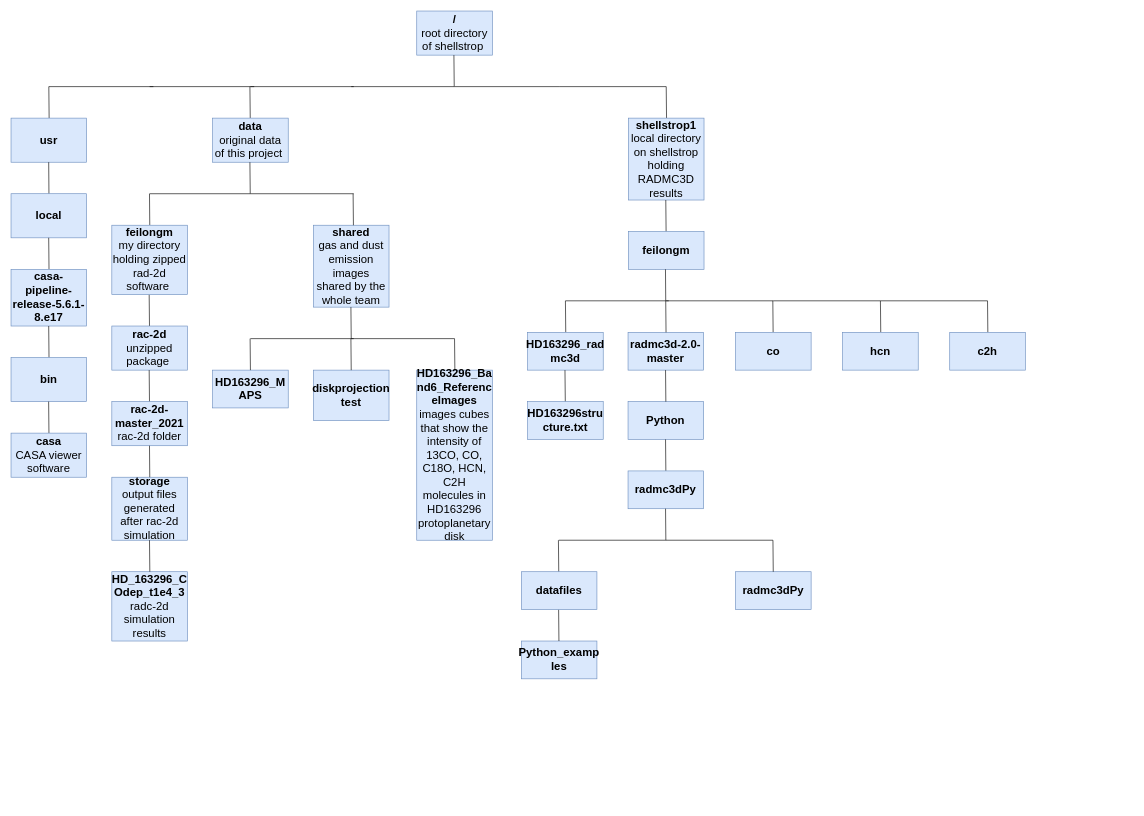
This is notebooks/Untitled Diagram.drawio from feilongm/Notebooks, a draw.io file, before an edit. Source tidied: cells renumbered, new cells numbered last; positions are measured from the earlier drawing's top-left corner, leaving out a move shared by most shapes. Both pictures are drawn from the tidied source at 63%, with x=0, y=0 at pixel (11, 11).
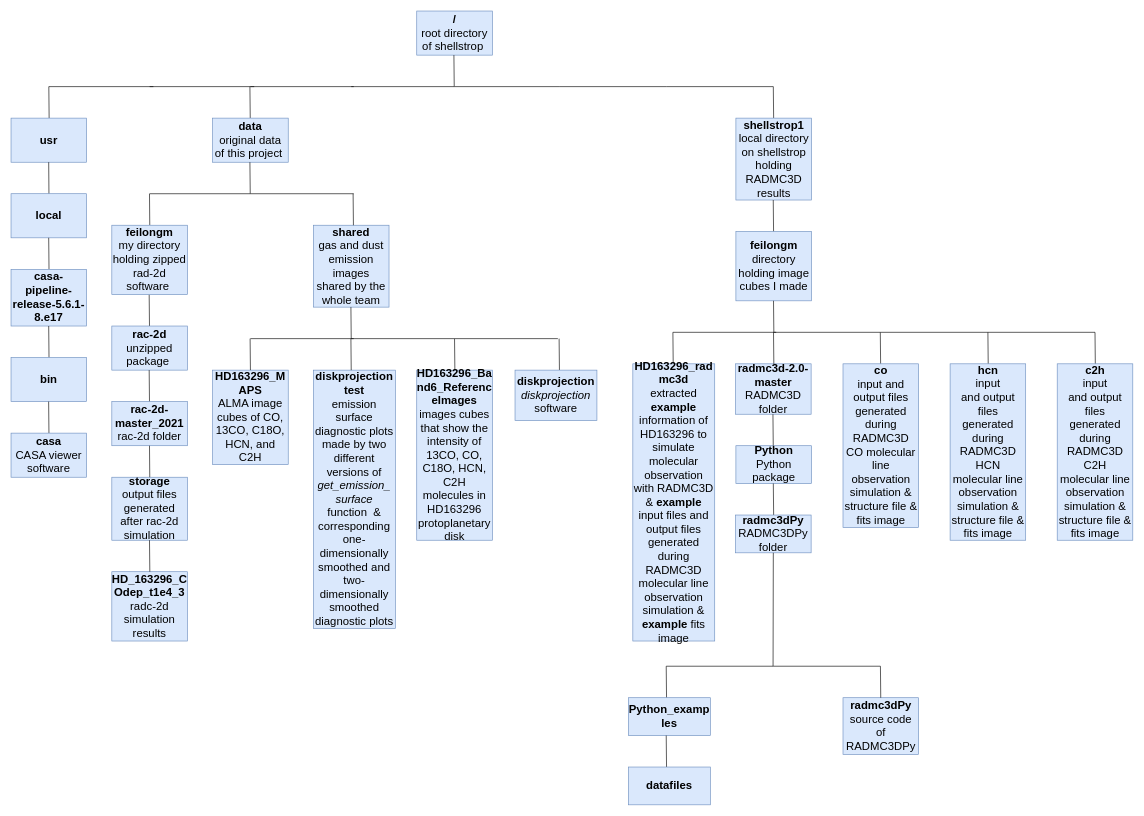
The same page after the edit.

Diff of the diagram source:
```diff
@@
     <mxCell id="10" style="endArrow=none;html=1;" parent="1" edge="1">
       <mxGeometry relative="1" as="geometry">
-        <mxPoint x="1040.5" y="170" as="sourcePoint" />
-        <mxPoint x="1040" y="120" as="targetPoint" />
+        <mxPoint x="1210.5" y="170" as="sourcePoint" />
+        <mxPoint x="1210" y="120" as="targetPoint" />
       </mxGeometry>
     </mxCell>
     <mxCell id="11" value="&lt;font style=&quot;font-size: 18px&quot;&gt;&lt;b&gt;shellstrop1&lt;/b&gt;&lt;br&gt;local directory on shellstrop holding RADMC3D results&lt;br&gt;&lt;/font&gt;" style="rounded=0;whiteSpace=wrap;html=1;fillColor=#dae8fc;strokeColor=#6c8ebf;" parent="1" vertex="1">
-      <mxGeometry x="980" y="170" width="120" height="130" as="geometry" />
+      <mxGeometry x="1150.6" y="170" width="120" height="130" as="geometry" />
     </mxCell>
@@
     <mxCell id="17" style="endArrow=none;html=1;" parent="1" edge="1">
       <mxGeometry relative="1" as="geometry">
-        <mxPoint x="1039.8" y="350" as="sourcePoint" />
-        <mxPoint x="1039.3" y="300" as="targetPoint" />
+        <mxPoint x="1210.4" y="350" as="sourcePoint" />
+        <mxPoint x="1209.9" y="300" as="targetPoint" />
       </mxGeometry>
     </mxCell>
-    <mxCell id="18" value="&lt;font style=&quot;font-size: 18px&quot;&gt;&lt;b&gt;feilongm&lt;/b&gt;&lt;/font&gt;" style="rounded=0;whiteSpace=wrap;html=1;fillColor=#dae8fc;strokeColor=#6c8ebf;" parent="1" vertex="1">
-      <mxGeometry x="980" y="350" width="120" height="60" as="geometry" />
+    <mxCell id="18" value="&lt;font style=&quot;font-size: 18px&quot;&gt;&lt;b&gt;feilongm&lt;/b&gt;&lt;br&gt;directory holding image cubes I made&lt;br&gt;&lt;/font&gt;" style="rounded=0;whiteSpace=wrap;html=1;fillColor=#dae8fc;strokeColor=#6c8ebf;" parent="1" vertex="1">
+      <mxGeometry x="1150.6" y="350" width="120" height="110" as="geometry" />
     </mxCell>
-    <mxCell id="19" value="&lt;font style=&quot;font-size: 18px&quot;&gt;&lt;b&gt;radmc3d-2.0-master&lt;/b&gt;&lt;/font&gt;" style="rounded=0;whiteSpace=wrap;html=1;fillColor=#dae8fc;strokeColor=#6c8ebf;" parent="1" vertex="1">
-      <mxGeometry x="979.4" y="510" width="120" height="60" as="geometry" />
+    <mxCell id="19" value="&lt;font style=&quot;font-size: 18px&quot;&gt;&lt;b&gt;radmc3d-2.0-master&lt;/b&gt;&lt;br&gt;RADMC3D folder&lt;br&gt;&lt;/font&gt;" style="rounded=0;whiteSpace=wrap;html=1;fillColor=#dae8fc;strokeColor=#6c8ebf;" parent="1" vertex="1">
+      <mxGeometry x="1150" y="560" width="120" height="80" as="geometry" />
     </mxCell>
-    <mxCell id="20" value="&lt;font style=&quot;font-size: 18px&quot;&gt;&lt;b&gt;Python&lt;/b&gt;&lt;/font&gt;" style="rounded=0;whiteSpace=wrap;html=1;fillColor=#dae8fc;strokeColor=#6c8ebf;" parent="1" vertex="1">
-      <mxGeometry x="979.4" y="620" width="120" height="60" as="geometry" />
+    <mxCell id="20" value="&lt;font style=&quot;font-size: 18px&quot;&gt;&lt;b&gt;Python&lt;/b&gt;&lt;br&gt;Python package&lt;br&gt;&lt;/font&gt;" style="rounded=0;whiteSpace=wrap;html=1;fillColor=#dae8fc;strokeColor=#6c8ebf;" parent="1" vertex="1">
+      <mxGeometry x="1150.6" y="690" width="120" height="60" as="geometry" />
     </mxCell>
     <mxCell id="21" style="endArrow=none;html=1;" parent="1" edge="1">
       <mxGeometry relative="1" as="geometry">
-        <mxPoint x="1039.4" y="730" as="sourcePoint" />
-        <mxPoint x="1038.9" y="680" as="targetPoint" />
+        <mxPoint x="1210.5" y="800" as="sourcePoint" />
+        <mxPoint x="1210" y="750" as="targetPoint" />
       </mxGeometry>
     </mxCell>
-    <mxCell id="22" value="&lt;font style=&quot;font-size: 18px&quot;&gt;&lt;b&gt;radmc3dPy&lt;/b&gt;&lt;/font&gt;" style="rounded=0;whiteSpace=wrap;html=1;fillColor=#dae8fc;strokeColor=#6c8ebf;" parent="1" vertex="1">
-      <mxGeometry x="979.4" y="730" width="120" height="60" as="geometry" />
+    <mxCell id="22" value="&lt;font style=&quot;font-size: 18px&quot;&gt;&lt;b&gt;radmc3dPy&lt;/b&gt;&lt;br&gt;RADMC3DPy folder&lt;br&gt;&lt;/font&gt;" style="rounded=0;whiteSpace=wrap;html=1;fillColor=#dae8fc;strokeColor=#6c8ebf;" parent="1" vertex="1">
+      <mxGeometry x="1150" y="800" width="120" height="60" as="geometry" />
     </mxCell>
     <mxCell id="23" style="endArrow=none;html=1;" parent="1" edge="1">
       <mxGeometry relative="1" as="geometry">
-        <mxPoint x="1039.4" y="840" as="sourcePoint" />
-        <mxPoint x="1038.9" y="790" as="targetPoint" />
+        <mxPoint x="1209.6" y="1040" as="sourcePoint" />
+        <mxPoint x="1210" y="860" as="targetPoint" />
       </mxGeometry>
     </mxCell>
-    <mxCell id="24" value="&lt;font style=&quot;font-size: 18px&quot;&gt;&lt;b&gt;radmc3dPy&lt;/b&gt;&lt;/font&gt;" style="rounded=0;whiteSpace=wrap;html=1;fillColor=#dae8fc;strokeColor=#6c8ebf;" parent="1" vertex="1">
-      <mxGeometry x="1150" y="890" width="120" height="60" as="geometry" />
+    <mxCell id="24" value="&lt;font style=&quot;font-size: 18px&quot;&gt;&lt;b&gt;radmc3dPy&lt;/b&gt;&lt;br&gt;source code of RADMC3DPy&lt;br&gt;&lt;/font&gt;" style="rounded=0;whiteSpace=wrap;html=1;fillColor=#dae8fc;strokeColor=#6c8ebf;" parent="1" vertex="1">
+      <mxGeometry x="1320.6" y="1090" width="120" height="90" as="geometry" />
     </mxCell>
     <mxCell id="25" style="endArrow=none;html=1;" parent="1" edge="1">
       <mxGeometry relative="1" as="geometry">
-        <mxPoint x="1040" y="460" as="sourcePoint" />
-        <mxPoint x="1210" y="460" as="targetPoint" />
+        <mxPoint x="1210.6" y="510" as="sourcePoint" />
+        <mxPoint x="1380.6" y="510" as="targetPoint" />
       </mxGeometry>
     </mxCell>
     <mxCell id="26" style="endArrow=none;html=1;" parent="1" edge="1">
       <mxGeometry relative="1" as="geometry">
-        <mxPoint x="880" y="460" as="sourcePoint" />
-        <mxPoint x="1044" y="460" as="targetPoint" />
+        <mxPoint x="1050.6" y="510" as="sourcePoint" />
+        <mxPoint x="1214.6" y="510" as="targetPoint" />
       </mxGeometry>
     </mxCell>
     <mxCell id="27" style="endArrow=none;html=1;" parent="1" edge="1">
       <mxGeometry relative="1" as="geometry">
-        <mxPoint x="880.5" y="510" as="sourcePoint" />
-        <mxPoint x="880" y="460" as="targetPoint" />
+        <mxPoint x="1051.1" y="560" as="sourcePoint" />
+        <mxPoint x="1050.6" y="510" as="targetPoint" />
       </mxGeometry>
     </mxCell>
     <mxCell id="28" style="endArrow=none;html=1;" parent="1" edge="1">
       <mxGeometry relative="1" as="geometry">
-        <mxPoint x="1039.7" y="510" as="sourcePoint" />
-        <mxPoint x="1039.2" y="460" as="targetPoint" />
+        <mxPoint x="1210.8" y="560" as="sourcePoint" />
+        <mxPoint x="1210.3" y="510" as="targetPoint" />
       </mxGeometry>
     </mxCell>
     <mxCell id="29" style="endArrow=none;html=1;" parent="1" edge="1">
       <mxGeometry relative="1" as="geometry">
-        <mxPoint x="1039.4" y="620" as="sourcePoint" />
-        <mxPoint x="1038.9" y="570" as="targetPoint" />
+        <mxPoint x="1209.9" y="690" as="sourcePoint" />
+        <mxPoint x="1209.4" y="640" as="targetPoint" />
       </mxGeometry>
     </mxCell>
-    <mxCell id="30" value="&lt;font style=&quot;font-size: 18px&quot;&gt;&lt;b&gt;HD163296_rad&lt;br&gt;mc3d&lt;/b&gt;&lt;br&gt;&lt;/font&gt;" style="rounded=0;whiteSpace=wrap;html=1;fillColor=#dae8fc;strokeColor=#6c8ebf;" parent="1" vertex="1">
-      <mxGeometry x="820" y="510" width="120" height="60" as="geometry" />
+    <mxCell id="30" value="&lt;font style=&quot;font-size: 18px&quot;&gt;&lt;b&gt;HD163296_rad&lt;br&gt;mc3d&lt;br&gt;&lt;/b&gt;extracted &lt;b&gt;example&lt;/b&gt; information of HD163296 to simulate molecular observation with RADMC3D&lt;br&gt;&amp;amp; &lt;b&gt;example&lt;/b&gt; input files and output files generated during RADMC3D molecular line observation simulation &amp;amp; &lt;b&gt;example&lt;/b&gt; fits image&lt;br&gt;&lt;/font&gt;" style="rounded=0;whiteSpace=wrap;html=1;fillColor=#dae8fc;strokeColor=#6c8ebf;" parent="1" vertex="1">
+      <mxGeometry x="987" y="560" width="130" height="440" as="geometry" />
     </mxCell>
-    <mxCell id="31" style="endArrow=none;html=1;" parent="1" edge="1">
-      <mxGeometry relative="1" as="geometry">
-        <mxPoint x="879.8" y="620" as="sourcePoint" />
-        <mxPoint x="879.3" y="570" as="targetPoint" />
-      </mxGeometry>
-    </mxCell>
-    <mxCell id="32" value="&lt;font style=&quot;font-size: 18px&quot;&gt;&lt;b&gt;HD163296stru&lt;br&gt;cture.txt&lt;/b&gt;&lt;br&gt;&lt;/font&gt;" style="rounded=0;whiteSpace=wrap;html=1;fillColor=#dae8fc;strokeColor=#6c8ebf;" parent="1" vertex="1">
-      <mxGeometry x="820" y="620" width="120" height="60" as="geometry" />
-    </mxCell>
     <mxCell id="33" style="endArrow=none;html=1;" parent="1" edge="1">
       <mxGeometry relative="1" as="geometry">
-        <mxPoint x="1039.4" y="840" as="sourcePoint" />
-        <mxPoint x="1209.4" y="840" as="targetPoint" />
+        <mxPoint x="1210" y="1040" as="sourcePoint" />
+        <mxPoint x="1380" y="1040" as="targetPoint" />
       </mxGeometry>
     </mxCell>
     <mxCell id="34" style="endArrow=none;html=1;" parent="1" edge="1">
       <mxGeometry relative="1" as="geometry">
-        <mxPoint x="869.4" y="840" as="sourcePoint" />
-        <mxPoint x="1039.4" y="840" as="targetPoint" />
+        <mxPoint x="1040" y="1040" as="sourcePoint" />
+        <mxPoint x="1210" y="1040" as="targetPoint" />
       </mxGeometry>
     </mxCell>
     <mxCell id="35" style="endArrow=none;html=1;" parent="1" edge="1">
       <mxGeometry relative="1" as="geometry">
-        <mxPoint x="869.4" y="890" as="sourcePoint" />
-        <mxPoint x="868.9" y="840" as="targetPoint" />
+        <mxPoint x="1040.5" y="1090" as="sourcePoint" />
+        <mxPoint x="1040" y="1040" as="targetPoint" />
       </mxGeometry>
     </mxCell>
     <mxCell id="36" style="endArrow=none;html=1;" parent="1" edge="1">
       <mxGeometry relative="1" as="geometry">
-        <mxPoint x="1209.9" y="890" as="sourcePoint" />
-        <mxPoint x="1209.4" y="840" as="targetPoint" />
+        <mxPoint x="1380.5" y="1090" as="sourcePoint" />
+        <mxPoint x="1380" y="1040" as="targetPoint" />
       </mxGeometry>
     </mxCell>
     <mxCell id="37" value="&lt;font style=&quot;font-size: 18px&quot;&gt;&lt;b&gt;Python_examp&lt;br&gt;les&lt;/b&gt;&lt;br&gt;&lt;/font&gt;" style="rounded=0;whiteSpace=wrap;html=1;fillColor=#dae8fc;strokeColor=#6c8ebf;" parent="1" vertex="1">
-      <mxGeometry x="810" y="1000" width="120" height="60" as="geometry" />
+      <mxGeometry x="980" y="1090" width="130" height="60" as="geometry" />
     </mxCell>
     <mxCell id="38" style="endArrow=none;html=1;" parent="1" edge="1">
       <mxGeometry relative="1" as="geometry">
-        <mxPoint x="869.7" y="1000" as="sourcePoint" />
-        <mxPoint x="869.2" y="950" as="targetPoint" />
+        <mxPoint x="1040.5" y="1200" as="sourcePoint" />
+        <mxPoint x="1040" y="1150" as="targetPoint" />
       </mxGeometry>
     </mxCell>
     <mxCell id="39" value="&lt;font style=&quot;font-size: 18px&quot;&gt;&lt;b&gt;datafiles&lt;/b&gt;&lt;br&gt;&lt;/font&gt;" style="rounded=0;whiteSpace=wrap;html=1;fillColor=#dae8fc;strokeColor=#6c8ebf;" parent="1" vertex="1">
-      <mxGeometry x="810" y="890" width="120" height="60" as="geometry" />
+      <mxGeometry x="980" y="1200" width="130" height="60" as="geometry" />
     </mxCell>
     <mxCell id="40" style="endArrow=none;html=1;" parent="1" edge="1">
       <mxGeometry relative="1" as="geometry">
-        <mxPoint x="1039.2" y="460" as="sourcePoint" />
-        <mxPoint x="1038.8" y="410" as="targetPoint" />
+        <mxPoint x="1210.8" y="510" as="sourcePoint" />
+        <mxPoint x="1210.3" y="460" as="targetPoint" />
       </mxGeometry>
     </mxCell>
     <mxCell id="41" style="endArrow=none;html=1;" parent="1" edge="1">
       <mxGeometry relative="1" as="geometry">
-        <mxPoint x="1209.7" y="510" as="sourcePoint" />
-        <mxPoint x="1209.2" y="460" as="targetPoint" />
+        <mxPoint x="1380.3" y="560" as="sourcePoint" />
+        <mxPoint x="1379.8" y="510" as="targetPoint" />
       </mxGeometry>
     </mxCell>
-    <mxCell id="42" value="&lt;font style=&quot;font-size: 18px&quot;&gt;&lt;b&gt;co&lt;/b&gt;&lt;/font&gt;" style="rounded=0;whiteSpace=wrap;html=1;fillColor=#dae8fc;strokeColor=#6c8ebf;" parent="1" vertex="1">
-      <mxGeometry x="1150" y="510" width="120" height="60" as="geometry" />
+    <mxCell id="42" value="&lt;font style=&quot;font-size: 18px&quot;&gt;&lt;b&gt;co&lt;/b&gt;&lt;br&gt;input and&lt;b&gt; &lt;/b&gt;output files generated during RADMC3D CO molecular line observation simulation &amp;amp; structure file &amp;amp; fits image&lt;br&gt;&lt;/font&gt;" style="rounded=0;whiteSpace=wrap;html=1;fillColor=#dae8fc;strokeColor=#6c8ebf;" parent="1" vertex="1">
+      <mxGeometry x="1320.6" y="560" width="120" height="260" as="geometry" />
     </mxCell>
     <mxCell id="43" style="endArrow=none;html=1;" parent="1" edge="1">
       <mxGeometry relative="1" as="geometry">
-        <mxPoint x="1210" y="460" as="sourcePoint" />
-        <mxPoint x="1380" y="460" as="targetPoint" />
+        <mxPoint x="1380.6" y="510" as="sourcePoint" />
+        <mxPoint x="1550.6" y="510" as="targetPoint" />
       </mxGeometry>
     </mxCell>
     <mxCell id="44" style="endArrow=none;html=1;" parent="1" edge="1">
       <mxGeometry relative="1" as="geometry">
-        <mxPoint x="1380.5" y="510" as="sourcePoint" />
-        <mxPoint x="1380" y="460" as="targetPoint" />
+        <mxPoint x="1551.1" y="560" as="sourcePoint" />
+        <mxPoint x="1550.6" y="510" as="targetPoint" />
       </mxGeometry>
     </mxCell>
-    <mxCell id="45" value="&lt;font style=&quot;font-size: 18px&quot;&gt;&lt;b&gt;hcn&lt;/b&gt;&lt;/font&gt;" style="rounded=0;whiteSpace=wrap;html=1;fillColor=#dae8fc;strokeColor=#6c8ebf;" parent="1" vertex="1">
-      <mxGeometry x="1320" y="510" width="120" height="60" as="geometry" />
+    <mxCell id="45" value="&lt;font style=&quot;font-size: 18px&quot;&gt;&lt;b&gt;hcn&lt;br&gt;&lt;/b&gt;input and&lt;b&gt;&amp;nbsp;&lt;/b&gt;output files generated during RADMC3D HCN molecular line observation simulation &amp;amp; structure file &amp;amp; fits image&lt;b&gt;&lt;br&gt;&lt;/b&gt;&lt;/font&gt;" style="rounded=0;whiteSpace=wrap;html=1;fillColor=#dae8fc;strokeColor=#6c8ebf;" parent="1" vertex="1">
+      <mxGeometry x="1490.6" y="560" width="120" height="280" as="geometry" />
     </mxCell>
     <mxCell id="46" style="endArrow=none;html=1;" parent="1" edge="1">
       <mxGeometry relative="1" as="geometry">
-        <mxPoint x="1380" y="460" as="sourcePoint" />
-        <mxPoint x="1550" y="460" as="targetPoint" />
+        <mxPoint x="1550.6" y="510" as="sourcePoint" />
+        <mxPoint x="1720.6" y="510" as="targetPoint" />
       </mxGeometry>
     </mxCell>
     <mxCell id="47" style="endArrow=none;html=1;" parent="1" edge="1">
       <mxGeometry relative="1" as="geometry">
-        <mxPoint x="1550.5" y="510" as="sourcePoint" />
-        <mxPoint x="1550" y="460" as="targetPoint" />
+        <mxPoint x="1721.1" y="560" as="sourcePoint" />
+        <mxPoint x="1720.6" y="510" as="targetPoint" />
       </mxGeometry>
     </mxCell>
-    <mxCell id="48" value="&lt;font style=&quot;font-size: 18px&quot;&gt;&lt;b&gt;c2h&lt;/b&gt;&lt;/font&gt;" style="rounded=0;whiteSpace=wrap;html=1;fillColor=#dae8fc;strokeColor=#6c8ebf;" parent="1" vertex="1">
-      <mxGeometry x="1490" y="510" width="120" height="60" as="geometry" />
+    <mxCell id="48" value="&lt;font style=&quot;font-size: 18px&quot;&gt;&lt;b&gt;c2h&lt;br&gt;&lt;/b&gt;input and&lt;b&gt;&amp;nbsp;&lt;/b&gt;output files generated during RADMC3D C2H molecular line observation simulation &amp;amp; structure file &amp;amp; fits image&lt;b&gt;&lt;br&gt;&lt;/b&gt;&lt;/font&gt;" style="rounded=0;whiteSpace=wrap;html=1;fillColor=#dae8fc;strokeColor=#6c8ebf;" parent="1" vertex="1">
+      <mxGeometry x="1660.6" y="560" width="120" height="280" as="geometry" />
     </mxCell>
@@
-    <mxCell id="50" value="&lt;font style=&quot;font-size: 18px&quot;&gt;&lt;b&gt;HD163296_M&lt;br&gt;APS&lt;/b&gt;&lt;br&gt;&lt;/font&gt;" style="rounded=0;whiteSpace=wrap;html=1;fillColor=#dae8fc;strokeColor=#6c8ebf;" parent="1" vertex="1">
-      <mxGeometry x="320" y="570" width="120" height="60" as="geometry" />
+    <mxCell id="50" value="&lt;font style=&quot;font-size: 18px&quot;&gt;&lt;b&gt;HD163296_M&lt;br&gt;APS&lt;br&gt;&lt;/b&gt;ALMA image cubes of CO, 13CO, C18O, HCN, and C2H&lt;br&gt;&lt;/font&gt;" style="rounded=0;whiteSpace=wrap;html=1;fillColor=#dae8fc;strokeColor=#6c8ebf;" parent="1" vertex="1">
+      <mxGeometry x="320" y="570" width="120" height="150" as="geometry" />
     </mxCell>
-    <mxCell id="51" value="&lt;font style=&quot;font-size: 18px&quot;&gt;&lt;b&gt;diskprojection&lt;br&gt;test&lt;/b&gt;&lt;br&gt;&lt;/font&gt;" style="rounded=0;whiteSpace=wrap;html=1;fillColor=#dae8fc;strokeColor=#6c8ebf;" parent="1" vertex="1">
-      <mxGeometry x="480" y="570" width="120" height="80" as="geometry" />
+    <mxCell id="51" value="&lt;font style=&quot;font-size: 18px&quot;&gt;&lt;b&gt;diskprojection&lt;br&gt;test&lt;br&gt;&lt;/b&gt;emission surface diagnostic plots made by two different versions of &lt;i&gt;get_emission_&lt;br&gt;surface&lt;/i&gt; function&amp;nbsp; &amp;amp; corresponding one-dimensionally smoothed and two-dimensionally smoothed diagnostic plots&lt;br&gt;&lt;/font&gt;" style="rounded=0;whiteSpace=wrap;html=1;fillColor=#dae8fc;strokeColor=#6c8ebf;" parent="1" vertex="1">
+      <mxGeometry x="480" y="570" width="130" height="410" as="geometry" />
     </mxCell>
@@
+    <mxCell id="80" style="endArrow=none;html=1;" parent="1" edge="1">
+      <mxGeometry relative="1" as="geometry">
+        <mxPoint x="1040" y="120" as="sourcePoint" />
+        <mxPoint x="1210" y="120" as="targetPoint" />
+      </mxGeometry>
+    </mxCell>
+    <mxCell id="81" style="endArrow=none;html=1;" parent="1" edge="1">
+      <mxGeometry relative="1" as="geometry">
+        <mxPoint x="704" y="520" as="sourcePoint" />
+        <mxPoint x="868" y="520" as="targetPoint" />
+      </mxGeometry>
+    </mxCell>
+    <mxCell id="82" style="endArrow=none;html=1;" parent="1" edge="1">
+      <mxGeometry relative="1" as="geometry">
+        <mxPoint x="870.5" y="570" as="sourcePoint" />
+        <mxPoint x="870" y="520" as="targetPoint" />
+      </mxGeometry>
+    </mxCell>
+    <mxCell id="83" value="&lt;font style=&quot;font-size: 18px&quot;&gt;&lt;b&gt;diskprojection&lt;br&gt;&lt;/b&gt;&lt;i&gt;diskprojection&lt;/i&gt; software&lt;br&gt;&lt;/font&gt;" style="rounded=0;whiteSpace=wrap;html=1;fillColor=#dae8fc;strokeColor=#6c8ebf;" parent="1" vertex="1">
+      <mxGeometry x="800" y="570" width="130" height="80" as="geometry" />
+    </mxCell>
```
